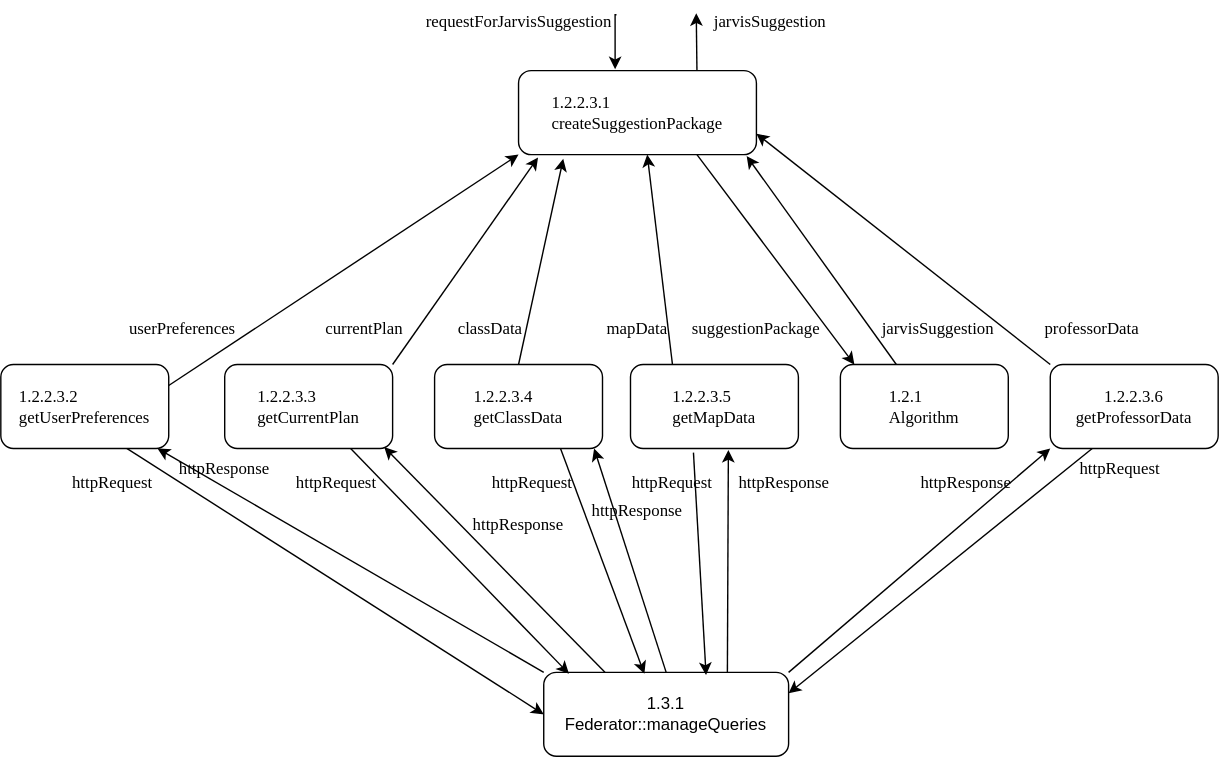
The draw.io diagram Logic/TeamTwoFiles/1.2.2.3PrepareForAlgorithmStructureChart.drawio.svg in MckennahPalmer/CSE430, before a commit. Source tidied: cells renumbered, new cells last; positions are measured from the earlier drawing's top-left corner, leaving out a move shared by most shapes.
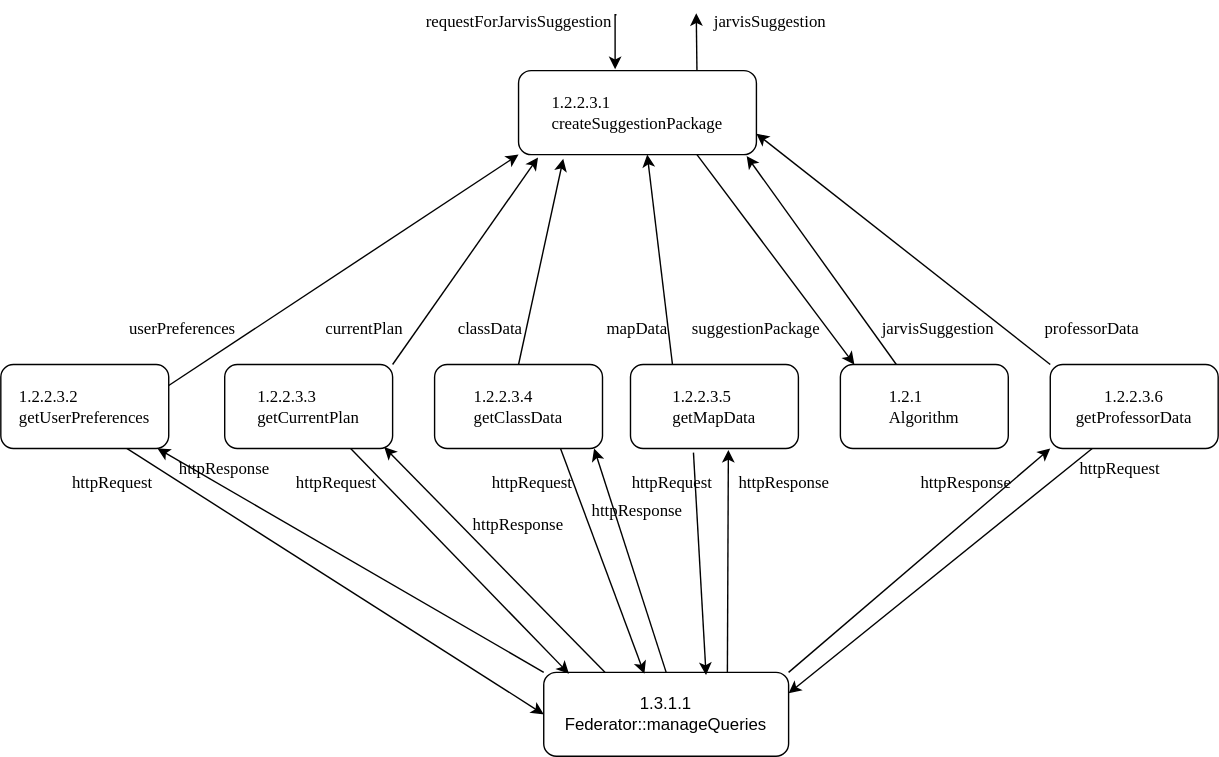
The same diagram one commit later.

Commit message:
Corrected number 1.3.1.1

What changed in the source:
```diff
@@ -94,7 +94,7 @@
     <mxCell id="29" style="edgeStyle=none;rounded=0;jettySize=auto;html=1;exitX=1;exitY=0;exitDx=0;exitDy=0;entryX=0;entryY=1;entryDx=0;entryDy=0;" parent="1" edge="1" source="30" target="15">
       <mxGeometry relative="1" as="geometry" />
     </mxCell>
-    <mxCell id="30" value="1.3.1 Federator::manageQueries" style="rounded=1;whiteSpace=wrap;html=1;" parent="1" vertex="1">
+    <mxCell id="30" value="1.3.1.1 Federator::manageQueries" style="rounded=1;whiteSpace=wrap;html=1;" parent="1" vertex="1">
       <mxGeometry x="388" y="480" width="175" height="60" as="geometry" />
     </mxCell>
     <mxCell id="31" style="edgeStyle=none;rounded=0;jettySize=auto;html=1;exitX=0;exitY=0;exitDx=0;exitDy=0;entryX=0.933;entryY=1;entryDx=0;entryDy=0;entryPerimeter=0;" parent="1" edge="1" source="30" target="9">
```
